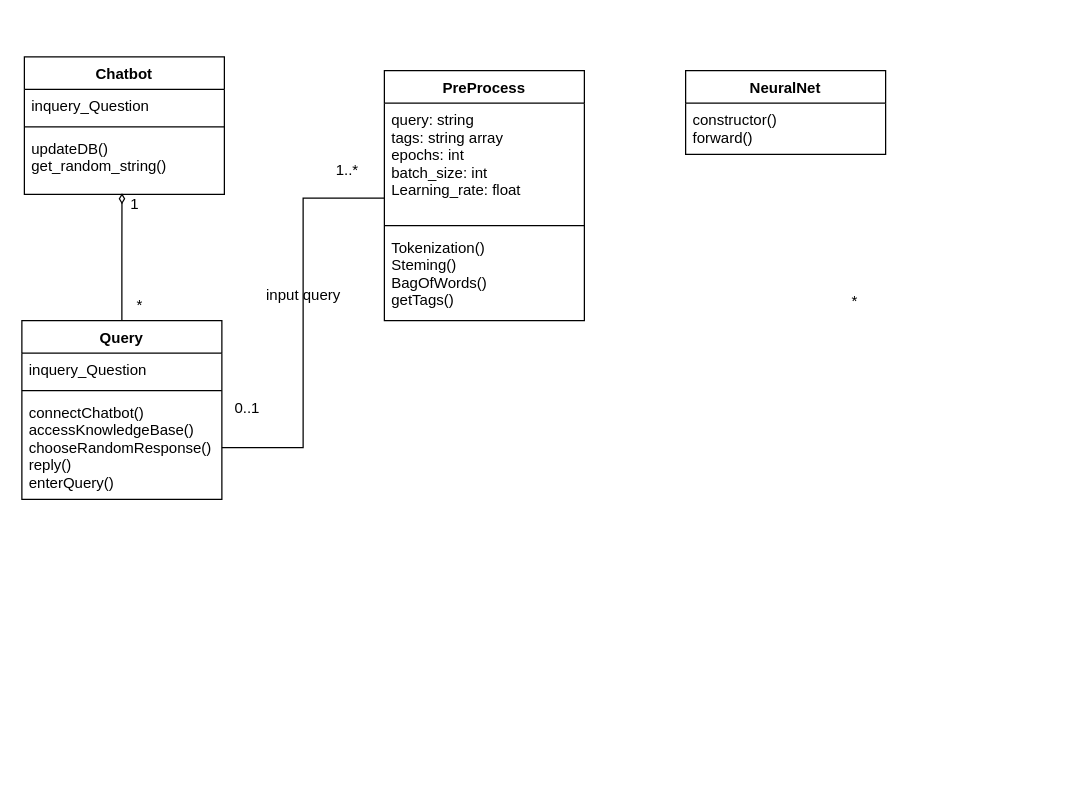
HaseebSheikh417/FYP-Chatbot keeps this draw.io diagram as class diagram.drawio. Above is the earlier version. Source tidied: cells renumbered, new cells numbered last; positions are measured from the earlier drawing's top-left corner, leaving out a move shared by most shapes. Both pictures are drawn from the tidied source at 125%, with x=0, y=0 at pixel (21, 56).
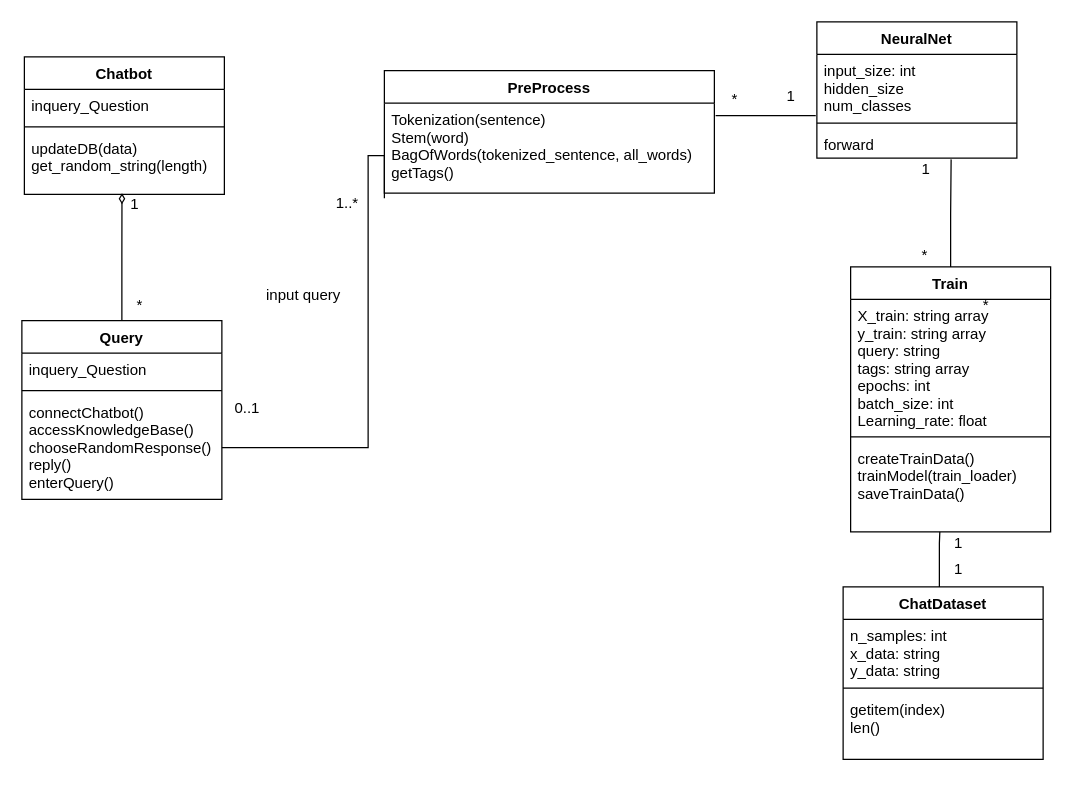
After the change.

The change refers to these unchanged cells:
```xml
<mxCell id="6" value="connectChatbot()&#10;accessKnowledgeBase()&#10;chooseRandomResponse()&#10;reply()&#10;enterQuery()" style="text;strokeColor=none;fillColor=none;align=left;verticalAlign=top;spacingLeft=4;spacingRight=4;overflow=hidden;points=[[0,0.5],[1,0.5]];portConstraint=eastwest;" parent="3" vertex="1">
  <mxGeometry y="60" width="160" height="83" as="geometry" />
</mxCell>
<mxCell id="15" value="Chatbot" style="swimlane;fontStyle=1;align=center;verticalAlign=top;horizontal=1;startSize=26;" parent="1" vertex="1">
  <mxGeometry x="2" width="160" height="110" as="geometry" />
</mxCell>
```

What changed in the source:
```diff
@@
     <mxCell id="7" value="PreProcess" style="swimlane;fontStyle=1;align=center;verticalAlign=top;horizontal=1;startSize=26;" parent="1" vertex="1">
-      <mxGeometry x="290" y="11" width="160" height="200" as="geometry" />
+      <mxGeometry x="290" y="11" width="264" height="98" as="geometry" />
     </mxCell>
-    <mxCell id="8" value="query: string&#10;tags: string array&#10;epochs: int&#10;batch_size: int&#10;Learning_rate: float" style="text;strokeColor=none;fillColor=none;align=left;verticalAlign=top;spacingLeft=4;spacingRight=4;overflow=hidden;points=[[0,0.5],[1,0.5]];portConstraint=eastwest;" parent="7" vertex="1">
-      <mxGeometry y="26" width="160" height="94" as="geometry" />
-    </mxCell>
-    <mxCell id="9" style="line;strokeWidth=1;fillColor=none;align=left;verticalAlign=middle;spacingTop=-1;spacingLeft=3;spacingRight=3;labelPosition=right;" parent="7" vertex="1">
-      <mxGeometry y="120" width="160" height="8" as="geometry" />
-    </mxCell>
-    <mxCell id="10" value="Tokenization()&#10;Steming()&#10;BagOfWords()&#10;getTags()" style="text;strokeColor=none;fillColor=none;align=left;verticalAlign=top;spacingLeft=4;spacingRight=4;overflow=hidden;" parent="7" vertex="1">
-      <mxGeometry y="128" width="160" height="72" as="geometry" />
+    <mxCell id="10" value="Tokenization(sentence)&#10;Stem(word)&#10;BagOfWords(tokenized_sentence, all_words)&#10;getTags()" style="text;strokeColor=none;fillColor=none;align=left;verticalAlign=top;spacingLeft=4;spacingRight=4;overflow=hidden;" parent="7" vertex="1">
+      <mxGeometry y="26" width="264" height="72" as="geometry" />
     </mxCell>
-    <mxCell id="11" style="edgeStyle=orthogonalEdgeStyle;rounded=0;jettySize=auto;html=1;entryX=0;entryY=0.809;entryDx=0;entryDy=0;entryPerimeter=0;endArrow=none;endFill=0;" parent="1" edge="1" source="6" target="8">
-      <mxGeometry relative="1" as="geometry" />
+    <mxCell id="11" style="edgeStyle=orthogonalEdgeStyle;rounded=0;jettySize=auto;html=1;entryX=0;entryY=0.809;entryDx=0;entryDy=0;entryPerimeter=0;endArrow=none;endFill=0;" parent="1" edge="1" source="6">
+      <mxGeometry relative="1" as="geometry">
+        <mxPoint x="290" y="113" as="targetPoint" />
+        <Array as="points">
+          <mxPoint x="277" y="312" />
+          <mxPoint x="277" y="79" />
+          <mxPoint x="290" y="79" />
+        </Array>
+      </mxGeometry>
     </mxCell>
@@
     <mxCell id="14" value="1..*" style="text;html=1;align=center;verticalAlign=middle;" parent="1" vertex="1">
-      <mxGeometry x="245" y="81" width="30" height="20" as="geometry" />
+      <mxGeometry x="245" y="107" width="30" height="20" as="geometry" />
     </mxCell>
@@
-    <mxCell id="18" value="updateDB()&#10;get_random_string()" style="text;strokeColor=none;fillColor=none;align=left;verticalAlign=top;spacingLeft=4;spacingRight=4;overflow=hidden;points=[[0,0.5],[1,0.5]];portConstraint=eastwest;" parent="15" vertex="1">
+    <mxCell id="18" value="updateDB(data)&#10;get_random_string(length)" style="text;strokeColor=none;fillColor=none;align=left;verticalAlign=top;spacingLeft=4;spacingRight=4;overflow=hidden;points=[[0,0.5],[1,0.5]];portConstraint=eastwest;" parent="15" vertex="1">
       <mxGeometry y="60" width="160" height="50" as="geometry" />
     </mxCell>
     <mxCell id="19" value="*" style="text;html=1;align=center;verticalAlign=middle;" parent="1" vertex="1">
-      <mxGeometry x="658" y="187" width="15" height="18" as="geometry" />
+      <mxGeometry x="763" y="190" width="15" height="18" as="geometry" />
     </mxCell>
@@
+    <mxCell id="24" style="edgeStyle=orthogonalEdgeStyle;rounded=0;jettySize=auto;html=1;entryX=0.463;entryY=1.024;entryDx=0;entryDy=0;entryPerimeter=0;endArrow=none;endFill=0;" parent="1" edge="1" source="25">
+      <mxGeometry relative="1" as="geometry">
+        <mxPoint x="743.4" y="82" as="targetPoint" />
+      </mxGeometry>
+    </mxCell>
+    <mxCell id="25" value="Train" style="swimlane;fontStyle=1;align=center;verticalAlign=top;horizontal=1;startSize=26;" parent="1" vertex="1">
+      <mxGeometry x="663" y="168" width="160" height="212" as="geometry" />
+    </mxCell>
+    <mxCell id="26" value="X_train: string array&#10;y_train: string array&#10;query: string&#10;tags: string array&#10;epochs: int&#10;batch_size: int&#10;Learning_rate: float" style="text;strokeColor=none;fillColor=none;align=left;verticalAlign=top;spacingLeft=4;spacingRight=4;overflow=hidden;" parent="25" vertex="1">
+      <mxGeometry y="26" width="160" height="106" as="geometry" />
+    </mxCell>
+    <mxCell id="27" style="line;strokeWidth=1;fillColor=none;align=left;verticalAlign=middle;spacingTop=-1;spacingLeft=3;spacingRight=3;labelPosition=right;" parent="25" vertex="1">
+      <mxGeometry y="132" width="160" height="8" as="geometry" />
+    </mxCell>
+    <mxCell id="28" value="createTrainData()&#10;trainModel(train_loader)&#10;saveTrainData()" style="text;strokeColor=none;fillColor=none;align=left;verticalAlign=top;spacingLeft=4;spacingRight=4;overflow=hidden;points=[[0,0.5],[1,0.5]];portConstraint=eastwest;" parent="25" vertex="1">
+      <mxGeometry y="140" width="160" height="72" as="geometry" />
+    </mxCell>
+    <mxCell id="29" value="1" style="text;html=1;align=center;verticalAlign=middle;" parent="1" vertex="1">
+      <mxGeometry x="714" y="81" width="17" height="18" as="geometry" />
+    </mxCell>
+    <mxCell id="30" value="*" style="text;html=1;align=center;verticalAlign=middle;" parent="1" vertex="1">
+      <mxGeometry x="714" y="150" width="15" height="18" as="geometry" />
+    </mxCell>
+    <mxCell id="31" style="edgeStyle=orthogonalEdgeStyle;rounded=0;jettySize=auto;html=1;entryX=0.446;entryY=1;entryDx=0;entryDy=0;entryPerimeter=0;startArrow=none;startFill=0;endArrow=none;endFill=0;" parent="1" edge="1" source="32" target="28">
+      <mxGeometry relative="1" as="geometry">
+        <Array as="points">
+          <mxPoint x="734" y="389" />
+          <mxPoint x="734" y="389" />
+        </Array>
+      </mxGeometry>
+    </mxCell>
+    <mxCell id="32" value="ChatDataset" style="swimlane;fontStyle=1;align=center;verticalAlign=top;horizontal=1;startSize=26;" parent="1" vertex="1">
+      <mxGeometry x="657" y="424" width="160" height="138" as="geometry" />
+    </mxCell>
+    <mxCell id="33" value="n_samples: int&#10;x_data: string&#10;y_data: string" style="text;strokeColor=none;fillColor=none;align=left;verticalAlign=top;spacingLeft=4;spacingRight=4;overflow=hidden;" parent="32" vertex="1">
+      <mxGeometry y="26" width="160" height="51" as="geometry" />
+    </mxCell>
+    <mxCell id="34" style="line;strokeWidth=1;fillColor=none;align=left;verticalAlign=middle;spacingTop=-1;spacingLeft=3;spacingRight=3;labelPosition=right;" parent="32" vertex="1">
+      <mxGeometry y="77" width="160" height="8" as="geometry" />
+    </mxCell>
+    <mxCell id="35" value="getitem(index)&#10;len()" style="text;strokeColor=none;fillColor=none;align=left;verticalAlign=top;spacingLeft=4;spacingRight=4;overflow=hidden;" parent="32" vertex="1">
+      <mxGeometry y="85" width="160" height="53" as="geometry" />
+    </mxCell>
+    <mxCell id="36" value="1" style="text;html=1;align=center;verticalAlign=middle;" parent="1" vertex="1">
+      <mxGeometry x="740" y="401" width="17" height="18" as="geometry" />
+    </mxCell>
+    <mxCell id="37" value="1" style="text;html=1;align=center;verticalAlign=middle;" parent="1" vertex="1">
+      <mxGeometry x="740" y="380" width="17" height="18" as="geometry" />
+    </mxCell>
+    <mxCell id="38" style="edgeStyle=orthogonalEdgeStyle;rounded=0;orthogonalLoop=1;jettySize=auto;html=1;entryX=-0.004;entryY=0.171;entryDx=0;entryDy=0;entryPerimeter=0;startArrow=none;startFill=0;endArrow=none;endFill=0;" parent="1" edge="1">
+      <mxGeometry relative="1" as="geometry">
+        <mxPoint x="555" y="47" as="sourcePoint" />
+        <mxPoint x="635.1" y="47" as="targetPoint" />
+        <Array as="points">
+          <mxPoint x="586" y="47" />
+          <mxPoint x="586" y="47" />
+        </Array>
+      </mxGeometry>
+    </mxCell>
+    <mxCell id="39" value="*" style="text;html=1;align=center;verticalAlign=middle;" parent="1" vertex="1">
+      <mxGeometry x="562" y="25" width="15" height="18" as="geometry" />
+    </mxCell>
+    <mxCell id="40" value="1" style="text;html=1;align=center;verticalAlign=middle;" parent="1" vertex="1">
+      <mxGeometry x="606" y="23" width="17" height="18" as="geometry" />
+    </mxCell>
     <mxCell id="22" value="NeuralNet" style="swimlane;fontStyle=1;align=center;verticalAlign=top;horizontal=1;startSize=26;" parent="1" vertex="1">
-      <mxGeometry x="531" y="11" width="160" height="67" as="geometry" />
+      <mxGeometry x="636" y="-28" width="160" height="109" as="geometry" />
     </mxCell>
-    <mxCell id="23" value="constructor()&#10;forward()" style="text;strokeColor=none;fillColor=none;align=left;verticalAlign=top;spacingLeft=4;spacingRight=4;overflow=hidden;" parent="22" vertex="1">
-      <mxGeometry y="26" width="160" height="41" as="geometry" />
-    </mxCell>
+    <mxCell id="41" value="input_size: int&#10;hidden_size&#10;num_classes" style="text;strokeColor=none;fillColor=none;align=left;verticalAlign=top;spacingLeft=4;spacingRight=4;overflow=hidden;" parent="22" vertex="1">
+      <mxGeometry y="26" width="160" height="51" as="geometry" />
+    </mxCell>
+    <mxCell id="42" style="line;strokeWidth=1;fillColor=none;align=left;verticalAlign=middle;spacingTop=-1;spacingLeft=3;spacingRight=3;labelPosition=right;" parent="22" vertex="1">
+      <mxGeometry y="77" width="160" height="8" as="geometry" />
+    </mxCell>
+    <mxCell id="43" value="forward" style="text;strokeColor=none;fillColor=none;align=left;verticalAlign=top;spacingLeft=4;spacingRight=4;overflow=hidden;" parent="22" vertex="1">
+      <mxGeometry y="85" width="160" height="24" as="geometry" />
+    </mxCell>
```
